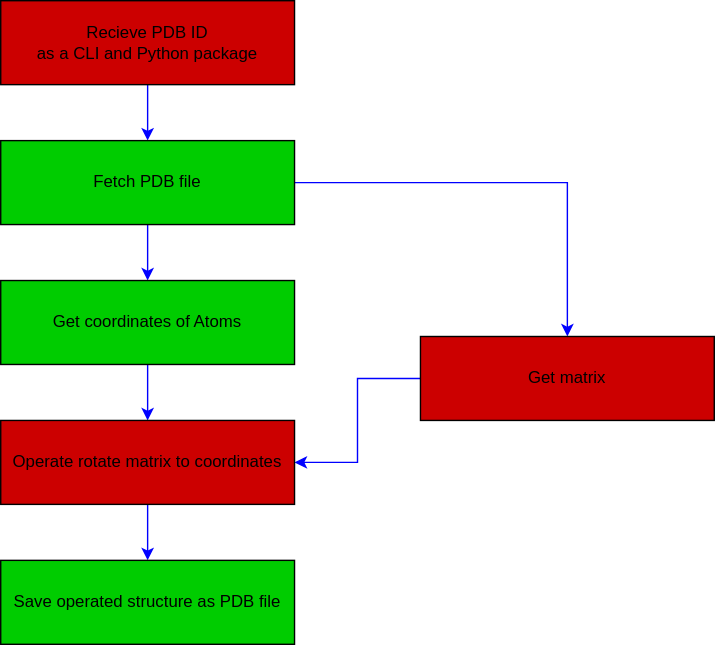
Earlier version of the draw.io export src/workflow.drawio.svg (jphacks/D_2110). Source tidied: cells renumbered, new cells last; positions are measured from the earlier drawing's top-left corner, leaving out a move shared by most shapes.
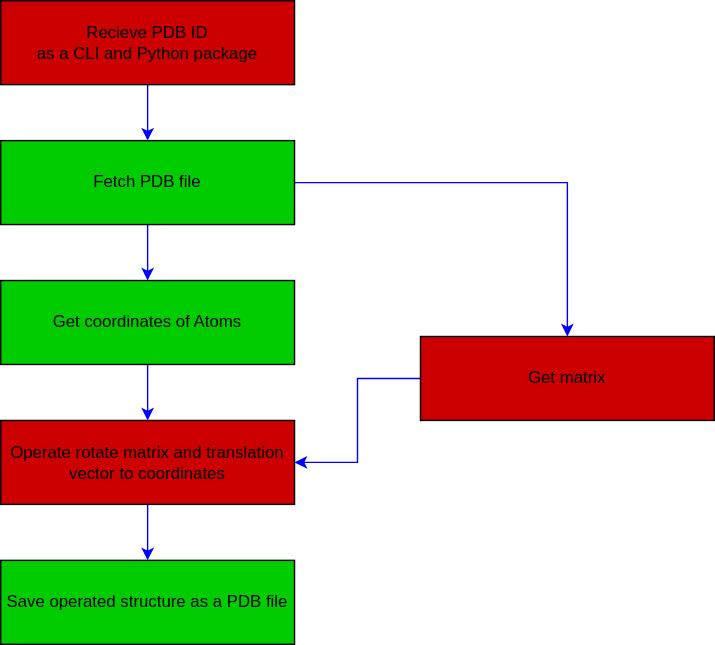
After the change.

Diff of the diagram source:
```diff
@@ -32,10 +32,10 @@
     <mxCell id="11" style="edgeStyle=orthogonalEdgeStyle;rounded=0;jettySize=auto;html=1;strokeColor=#0000FF;fillColor=#CC0066;" parent="1" edge="1" source="13" target="12">
       <mxGeometry relative="1" as="geometry" />
     </mxCell>
-    <mxCell id="12" value="Save operated structure as PDB file" style="rounded=0;whiteSpace=wrap;html=1;fillColor=#00CC00;" parent="1" vertex="1">
+    <mxCell id="12" value="Save operated structure as a PDB file" style="rounded=0;whiteSpace=wrap;html=1;fillColor=#00CC00;" parent="1" vertex="1">
       <mxGeometry y="400" width="210" height="60" as="geometry" />
     </mxCell>
-    <mxCell id="13" value="Operate rotate matrix to coordinates" style="rounded=0;whiteSpace=wrap;html=1;fillColor=#CC0000;" parent="1" vertex="1">
+    <mxCell id="13" value="Operate rotate matrix and translation vector to coordinates" style="rounded=0;whiteSpace=wrap;html=1;fillColor=#CC0000;" parent="1" vertex="1">
       <mxGeometry y="300" width="210" height="60" as="geometry" />
     </mxCell>
   </root>
```
